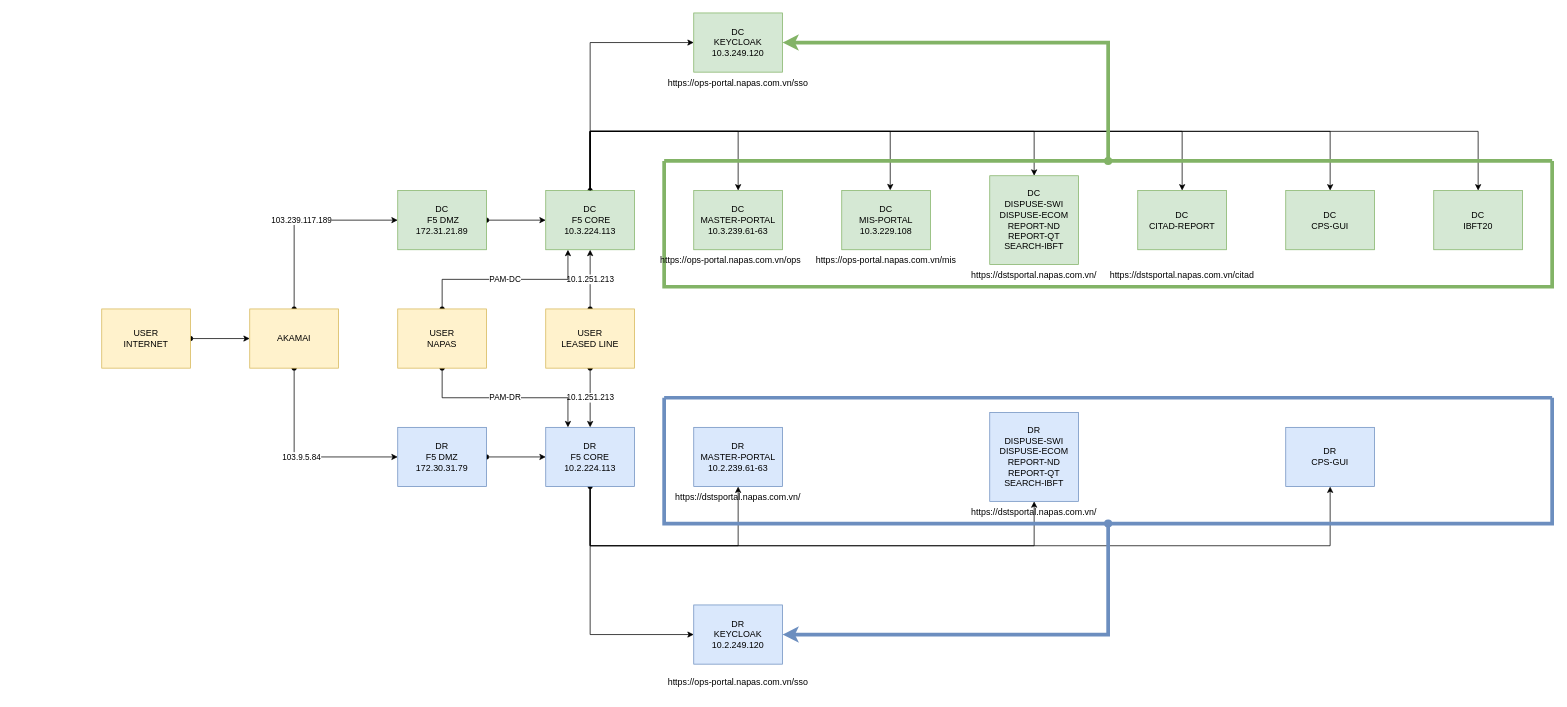
Earlier version of the draw.io diagram page "MASTER-PORTAL" (2 of 2) of Mo hinh trien khai DC_DR DPP.drawio (greytiger/qnk-dev-tools). Source tidied: cells renumbered, new cells numbered last; positions are measured from the earlier drawing's top-left corner, leaving out a move shared by most shapes. Both pictures are drawn from the tidied source at 74%, with x=0, y=0 at pixel (101, 13).
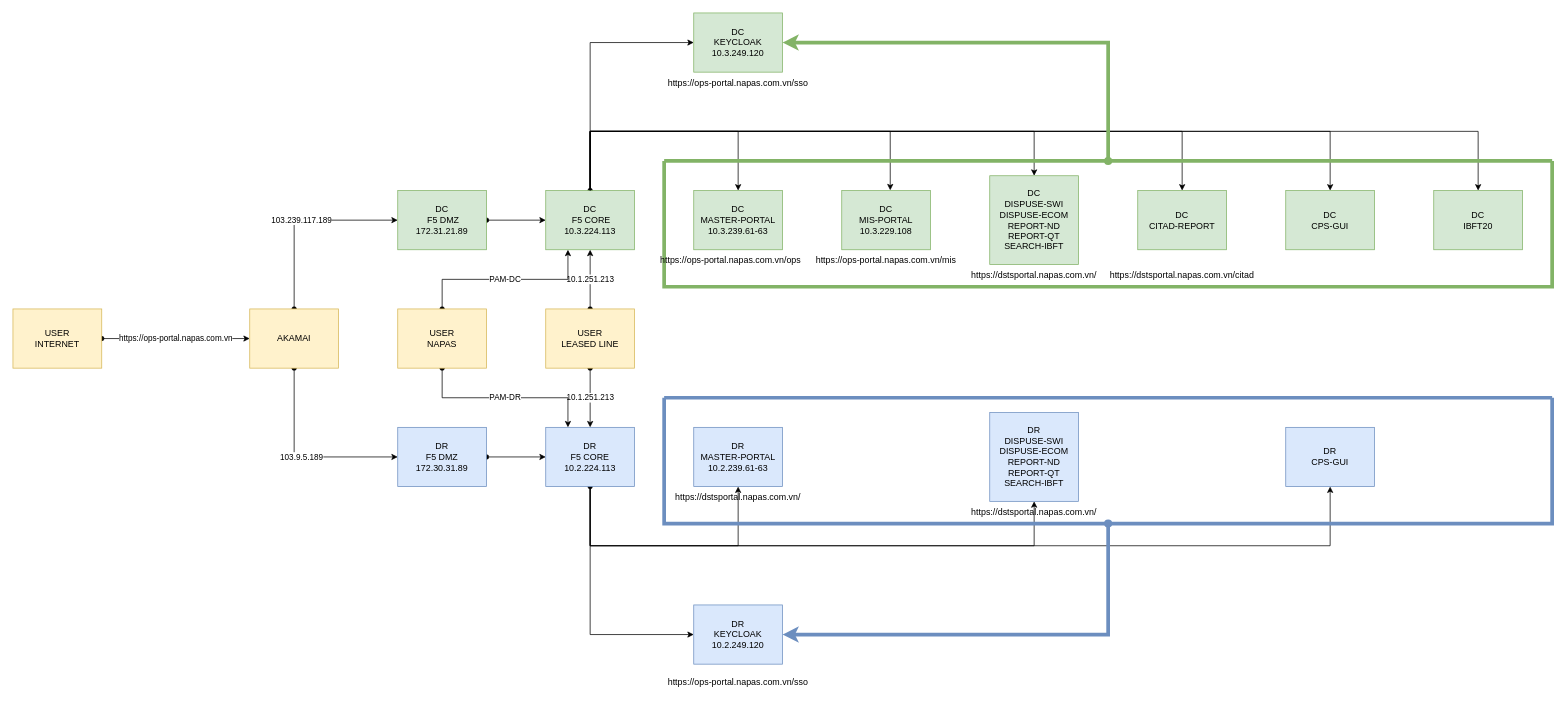
The same diagram, later.

Unchanged cells that the change refers to:
```xml
<mxCell id="6" value="AKAMAI" style="rounded=0;whiteSpace=wrap;html=1;fillColor=#fff2cc;strokeColor=#d6b656;" parent="1" vertex="1">
  <mxGeometry x="200" y="400" width="120" height="80" as="geometry" />
</mxCell>
```

Diff of the diagram source:
```diff
@@
-    <mxCell id="2" style="edgeStyle=orthogonalEdgeStyle;rounded=0;jettySize=auto;html=1;startArrow=oval;startFill=1;" parent="1" edge="1" source="3" target="6">
+    <mxCell id="2" value="https://ops-portal.napas.com.vn" style="edgeStyle=orthogonalEdgeStyle;rounded=0;jettySize=auto;html=1;startArrow=oval;startFill=1;" parent="1" edge="1" source="3" target="6">
       <mxGeometry relative="1" as="geometry" />
     </mxCell>
     <mxCell id="3" value="USER&lt;br&gt;INTERNET" style="rounded=0;whiteSpace=wrap;html=1;fillColor=#fff2cc;strokeColor=#d6b656;" parent="1" vertex="1">
-      <mxGeometry y="400" width="120" height="80" as="geometry" />
+      <mxGeometry x="-120" y="400" width="120" height="80" as="geometry" />
     </mxCell>
@@
-    <mxCell id="5" value="&lt;span&gt;103.9.5.84&lt;/span&gt;" style="edgeStyle=orthogonalEdgeStyle;rounded=0;jettySize=auto;html=1;exitX=0.5;exitY=1;exitDx=0;exitDy=0;entryX=0;entryY=0.5;entryDx=0;entryDy=0;startArrow=oval;startFill=1;" parent="1" edge="1" source="6" target="25">
+    <mxCell id="5" value="&lt;span&gt;103.9.5.189&lt;/span&gt;" style="edgeStyle=orthogonalEdgeStyle;rounded=0;jettySize=auto;html=1;exitX=0.5;exitY=1;exitDx=0;exitDy=0;entryX=0;entryY=0.5;entryDx=0;entryDy=0;startArrow=oval;startFill=1;" parent="1" edge="1" source="6" target="25">
       <mxGeometry relative="1" as="geometry" />
     </mxCell>
@@
-    <mxCell id="25" value="DR &lt;br&gt;F5 DMZ&lt;br&gt;&lt;span&gt;172.30.31.79&lt;/span&gt;" style="rounded=0;whiteSpace=wrap;html=1;fillColor=#dae8fc;strokeColor=#6c8ebf;" parent="1" vertex="1">
+    <mxCell id="25" value="DR &lt;br&gt;F5 DMZ&lt;br&gt;&lt;span&gt;172.30.31.89&lt;/span&gt;" style="rounded=0;whiteSpace=wrap;html=1;fillColor=#dae8fc;strokeColor=#6c8ebf;" parent="1" vertex="1">
       <mxGeometry x="400" y="560" width="120" height="80" as="geometry" />
     </mxCell>
```
